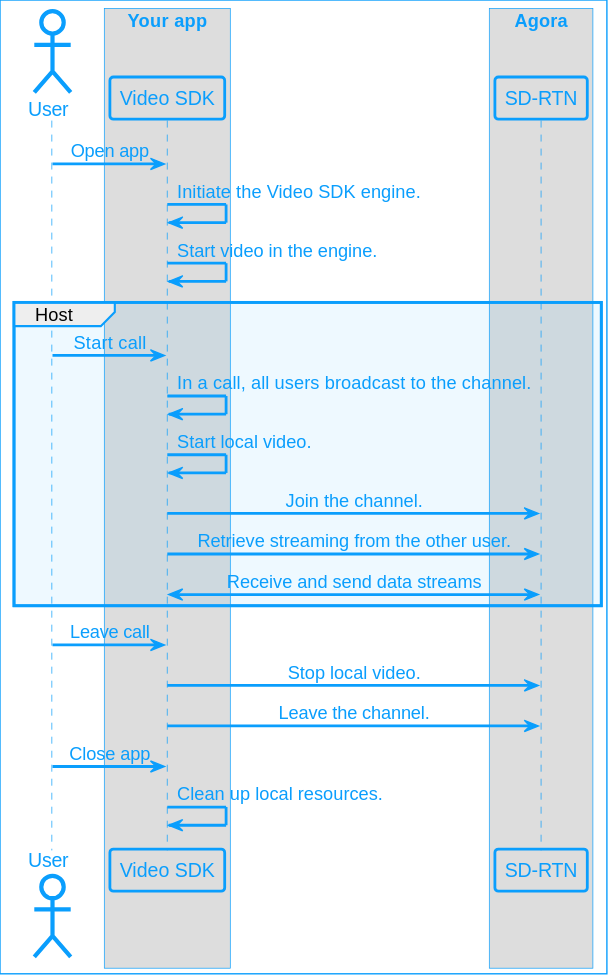
The PlantUML diagram assets/images/video-sdk/video-call-logic-template.svg in AgoraIO/Docs-Source, before a commit. Source of this version:
```plantuml
@startuml
!include agora_skin.iuml

actor "User" as USR

box "Your app"

participant "Video SDK" as APP

end box

box "Agora"

participant "SD-RTN" as API

end box

USR -> APP: Open app
APP -> APP: Initiate the Video SDK engine.
APP -> APP: Start video in the engine.
group Host
USR -> APP: Start call
APP -> APP: In a call, all users broadcast to the channel.
APP -> APP: Start local video.
APP -> API: Join the channel.
APP -> API: Retrieve streaming from the other user.
API <-> APP: Receive and send data streams
end


USR -> APP: Leave call
APP -> API: Stop local video.
APP -> API: Leave the channel.

USR -> APP: Close app
APP -> APP: Clean up local resources.
@enduml
```
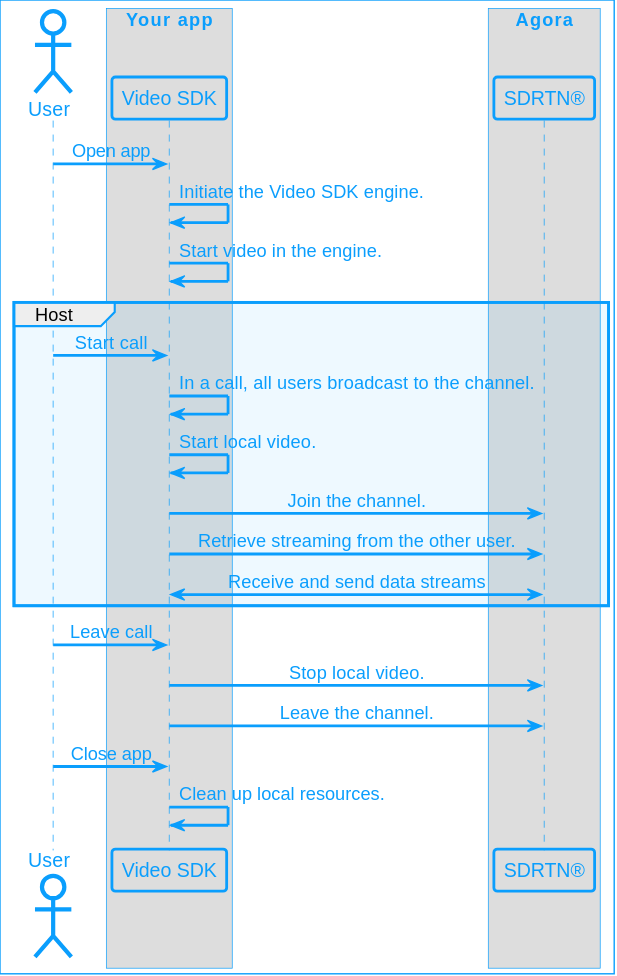
The same diagram one commit later.

The edit, as a diff of the source:
```diff
@@ -11,7 +11,7 @@
 
 box "Agora"
 
-participant "SD-RTN" as API
+participant "SDRTN®" as API
 
 end box
 
```
